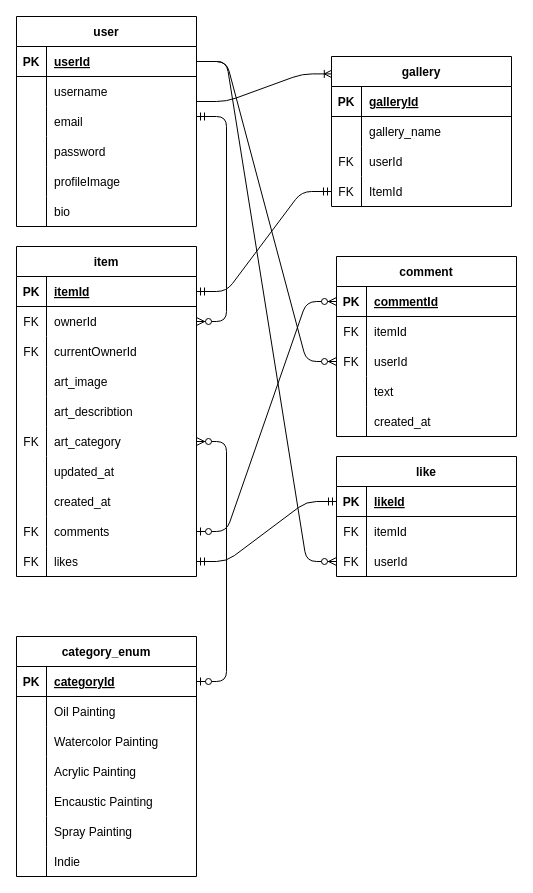
The draw.io diagram schema.drawio in Teamkn2001/topros-server, before the edit. Source tidied: cells renumbered, new cells numbered last; positions are measured from the earlier drawing's top-left corner, leaving out a move shared by most shapes. Both pictures are drawn from the tidied source at 100%, with x=0, y=0 at pixel (16, 16).
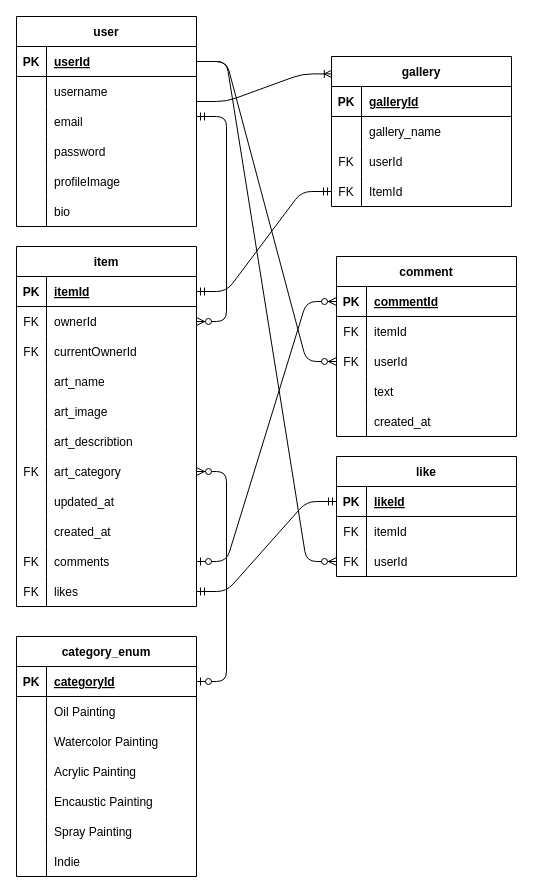
The same diagram, later.

Diff of the diagram source:
```diff
@@
     <mxCell id="38" value="item" style="shape=table;startSize=30;childLayout=tableLayout;rowLines=0;fontStyle=1;align=center;" parent="1" vertex="1">
-      <mxGeometry y="230" width="180" height="330" as="geometry" />
+      <mxGeometry y="230" width="180" height="360" as="geometry" />
     </mxCell>
@@
+    <mxCell id="121" style="shape=tableRow;horizontal=0;startSize=0;swimlaneHead=0;swimlaneBody=0;fillColor=none;top=0;left=0;right=0;bottom=0;" parent="38" vertex="1">
+      <mxGeometry y="120" width="180" height="30" as="geometry" />
+    </mxCell>
+    <mxCell id="122" style="shape=partialRectangle;fillColor=none;top=0;left=0;bottom=0;right=0;overflow=hidden;" parent="121" vertex="1">
+      <mxGeometry width="30" height="30" as="geometry" />
+    </mxCell>
+    <mxCell id="123" value="art_name" style="shape=partialRectangle;fillColor=none;top=0;left=0;bottom=0;right=0;align=left;spacingLeft=6;overflow=hidden;" parent="121" vertex="1">
+      <mxGeometry x="30" width="150" height="30" as="geometry" />
+    </mxCell>
     <mxCell id="48" style="shape=tableRow;horizontal=0;startSize=0;swimlaneHead=0;swimlaneBody=0;fillColor=none;top=0;left=0;right=0;bottom=0;" parent="38" vertex="1">
-      <mxGeometry y="120" width="180" height="30" as="geometry" />
+      <mxGeometry y="150" width="180" height="30" as="geometry" />
     </mxCell>
@@
     <mxCell id="51" style="shape=tableRow;horizontal=0;startSize=0;swimlaneHead=0;swimlaneBody=0;fillColor=none;top=0;left=0;right=0;bottom=0;" parent="38" vertex="1">
-      <mxGeometry y="150" width="180" height="30" as="geometry" />
+      <mxGeometry y="180" width="180" height="30" as="geometry" />
     </mxCell>
@@
     <mxCell id="54" style="shape=tableRow;horizontal=0;startSize=0;swimlaneHead=0;swimlaneBody=0;fillColor=none;points=[[0,0.5],[1,0.5]];portConstraint=eastwest;top=0;left=0;right=0;bottom=0;" parent="38" vertex="1">
-      <mxGeometry y="180" width="180" height="30" as="geometry" />
+      <mxGeometry y="210" width="180" height="30" as="geometry" />
     </mxCell>
@@
     <mxCell id="57" style="shape=tableRow;horizontal=0;startSize=0;swimlaneHead=0;swimlaneBody=0;fillColor=none;top=0;left=0;right=0;bottom=0;" parent="38" vertex="1">
-      <mxGeometry y="210" width="180" height="30" as="geometry" />
+      <mxGeometry y="240" width="180" height="30" as="geometry" />
     </mxCell>
@@
     <mxCell id="60" style="shape=tableRow;horizontal=0;startSize=0;swimlaneHead=0;swimlaneBody=0;fillColor=none;top=0;left=0;right=0;bottom=0;" parent="38" vertex="1">
-      <mxGeometry y="240" width="180" height="30" as="geometry" />
+      <mxGeometry y="270" width="180" height="30" as="geometry" />
     </mxCell>
@@
     <mxCell id="63" style="shape=tableRow;horizontal=0;startSize=0;swimlaneHead=0;swimlaneBody=0;fillColor=none;points=[[0,0.5],[1,0.5]];portConstraint=eastwest;top=0;left=0;right=0;bottom=0;" parent="38" vertex="1">
-      <mxGeometry y="270" width="180" height="30" as="geometry" />
+      <mxGeometry y="300" width="180" height="30" as="geometry" />
     </mxCell>
@@
     <mxCell id="66" style="shape=tableRow;horizontal=0;startSize=0;swimlaneHead=0;swimlaneBody=0;fillColor=none;points=[[0,0.5],[1,0.5]];portConstraint=eastwest;top=0;left=0;right=0;bottom=0;" parent="38" vertex="1">
-      <mxGeometry y="300" width="180" height="30" as="geometry" />
+      <mxGeometry y="330" width="180" height="30" as="geometry" />
     </mxCell>
```
